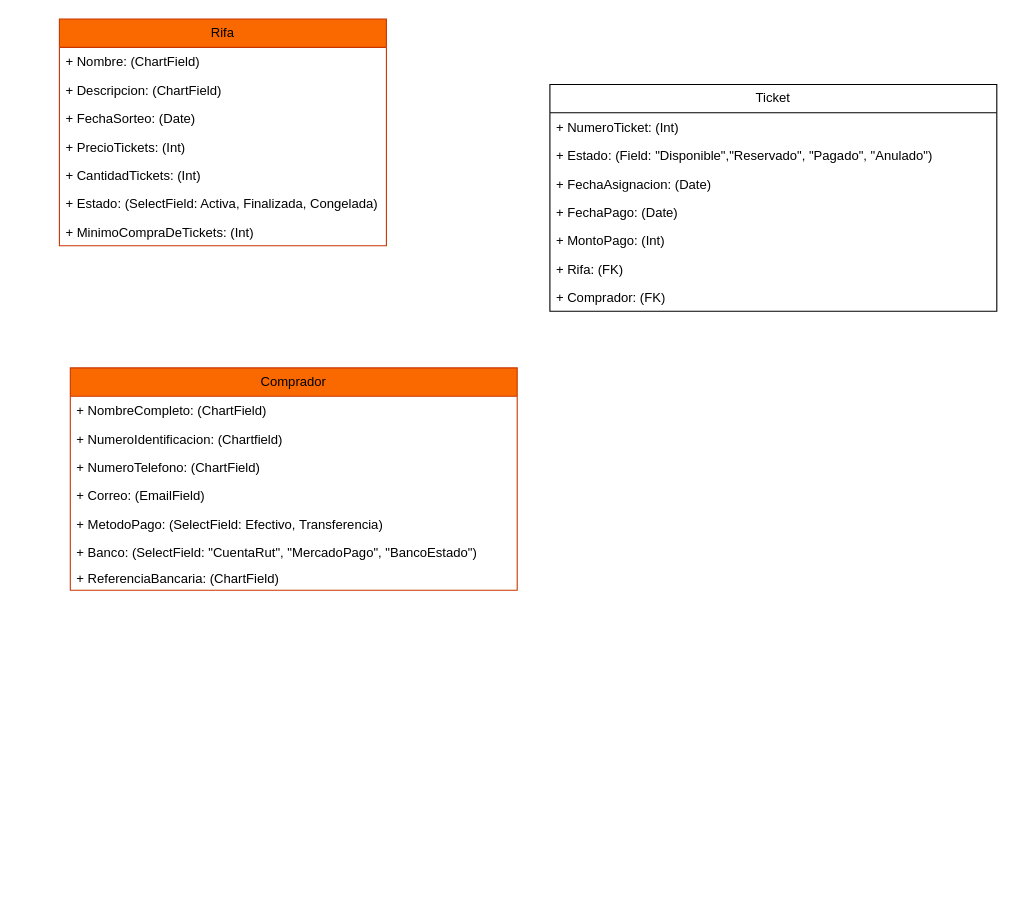
Above: Diagrama sin título.drawio in EJCM05/DiagramasDB (draw.io), before the change. Source tidied: cells renumbered, new cells numbered last; positions are measured from the earlier drawing's top-left corner, leaving out a move shared by most shapes. Both pictures are drawn from the tidied source at 109%, with x=0, y=0 at pixel (59, 19).
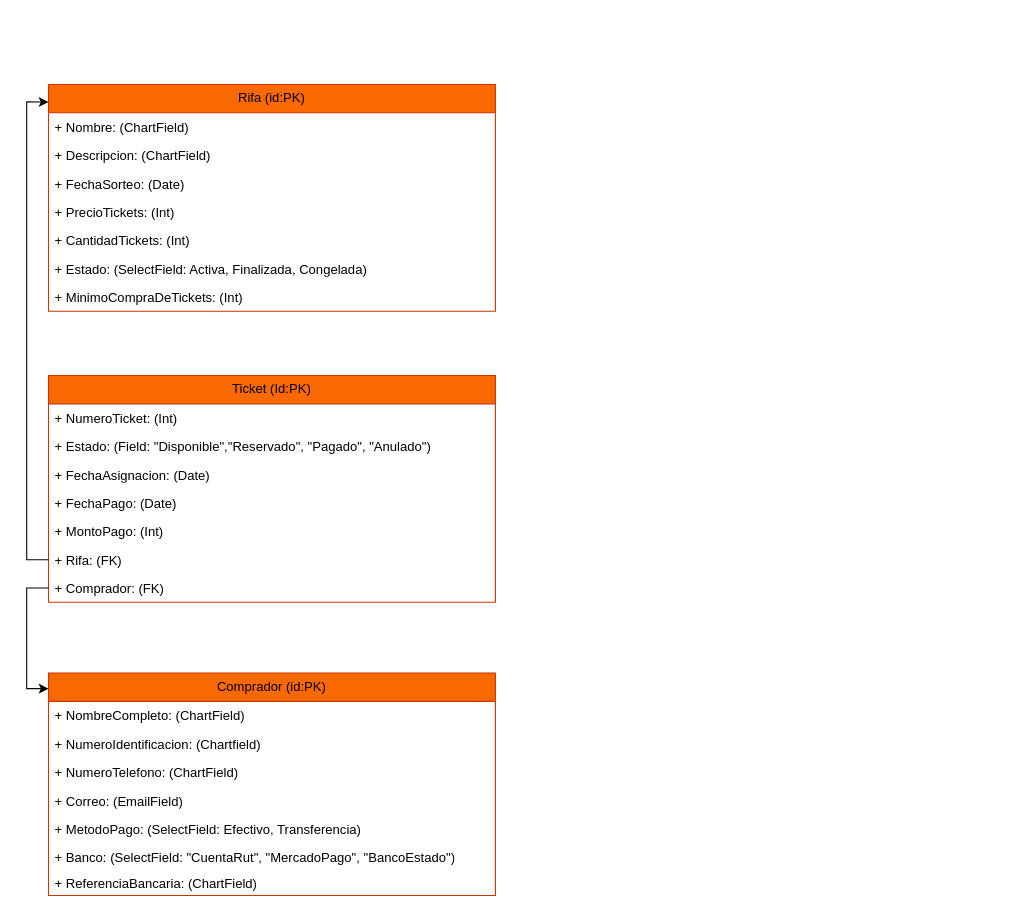
The same diagram, later.

Unchanged cells that the change refers to:
```xml
<mxCell id="16" value="+ Rifa: (FK)" style="text;strokeColor=none;fillColor=none;align=left;verticalAlign=top;spacingLeft=4;spacingRight=4;overflow=hidden;points=[[0,0.5],[1,0.5]];portConstraint=eastwest;whiteSpace=wrap;html=1;" parent="10" vertex="1">
  <mxGeometry y="156" width="410" height="26" as="geometry" />
</mxCell>
<mxCell id="17" value="+ Comprador: (FK)" style="text;strokeColor=none;fillColor=none;align=left;verticalAlign=top;spacingLeft=4;spacingRight=4;overflow=hidden;points=[[0,0.5],[1,0.5]];portConstraint=eastwest;whiteSpace=wrap;html=1;" parent="10" vertex="1">
  <mxGeometry y="182" width="410" height="26" as="geometry" />
</mxCell>
```

Diff of the diagram source:
```diff
@@
-    <mxCell id="2" value="Rifa" style="swimlane;fontStyle=0;horizontal=1;startSize=26;fillColor=#fa6800;whiteSpace=wrap;html=1;fontColor=#000000;strokeColor=#C73500;" parent="1" vertex="1">
-      <mxGeometry width="300" height="208" as="geometry" />
+    <mxCell id="2" value="Rifa (id:PK)" style="swimlane;fontStyle=0;horizontal=1;startSize=26;fillColor=#fa6800;whiteSpace=wrap;html=1;fontColor=#000000;strokeColor=#C73500;" parent="1" vertex="1">
+      <mxGeometry x="-10" y="60" width="410" height="208" as="geometry" />
     </mxCell>
     <mxCell id="3" value="+ Nombre: (ChartField)" style="text;strokeColor=none;fillColor=none;align=left;verticalAlign=top;spacingLeft=4;spacingRight=4;overflow=hidden;whiteSpace=wrap;html=1;" parent="2" vertex="1">
-      <mxGeometry y="26" width="300" height="26" as="geometry" />
+      <mxGeometry y="26" width="410" height="26" as="geometry" />
     </mxCell>
     <mxCell id="4" value="+ Descripcion: (ChartField)" style="text;strokeColor=none;fillColor=none;align=left;verticalAlign=top;spacingLeft=4;spacingRight=4;overflow=hidden;whiteSpace=wrap;html=1;" parent="2" vertex="1">
-      <mxGeometry y="52" width="300" height="26" as="geometry" />
+      <mxGeometry y="52" width="410" height="26" as="geometry" />
     </mxCell>
     <mxCell id="5" value="+ FechaSorteo: (Date)" style="text;strokeColor=none;fillColor=none;align=left;verticalAlign=top;spacingLeft=4;spacingRight=4;overflow=hidden;whiteSpace=wrap;html=1;" parent="2" vertex="1">
-      <mxGeometry y="78" width="300" height="26" as="geometry" />
+      <mxGeometry y="78" width="410" height="26" as="geometry" />
     </mxCell>
     <mxCell id="6" value="+ PrecioTickets: (Int)" style="text;strokeColor=none;fillColor=none;align=left;verticalAlign=top;spacingLeft=4;spacingRight=4;overflow=hidden;whiteSpace=wrap;html=1;" parent="2" vertex="1">
-      <mxGeometry y="104" width="300" height="26" as="geometry" />
+      <mxGeometry y="104" width="410" height="26" as="geometry" />
     </mxCell>
     <mxCell id="7" value="+ CantidadTickets: (Int)" style="text;strokeColor=none;fillColor=none;align=left;verticalAlign=top;spacingLeft=4;spacingRight=4;overflow=hidden;whiteSpace=wrap;html=1;" parent="2" vertex="1">
-      <mxGeometry y="130" width="300" height="26" as="geometry" />
+      <mxGeometry y="130" width="410" height="26" as="geometry" />
     </mxCell>
     <mxCell id="8" value="+ Estado: (SelectField: Activa, Finalizada, Congelada)" style="text;strokeColor=none;fillColor=none;align=left;verticalAlign=top;spacingLeft=4;spacingRight=4;overflow=hidden;whiteSpace=wrap;html=1;" parent="2" vertex="1">
-      <mxGeometry y="156" width="300" height="26" as="geometry" />
+      <mxGeometry y="156" width="410" height="26" as="geometry" />
     </mxCell>
     <mxCell id="9" value="+ MinimoCompraDeTickets: (Int)" style="text;strokeColor=none;fillColor=none;align=left;verticalAlign=top;spacingLeft=4;spacingRight=4;overflow=hidden;whiteSpace=wrap;html=1;" parent="2" vertex="1">
-      <mxGeometry y="182" width="300" height="26" as="geometry" />
+      <mxGeometry y="182" width="410" height="26" as="geometry" />
     </mxCell>
-    <mxCell id="10" value="Ticket" style="swimlane;fontStyle=0;horizontal=1;startSize=26;fillColor=none;whiteSpace=wrap;html=1;" parent="1" vertex="1">
-      <mxGeometry x="450" y="60" width="410" height="208" as="geometry" />
+    <mxCell id="10" value="Ticket (Id:PK)" style="swimlane;fontStyle=0;horizontal=1;startSize=26;fillColor=#fa6800;whiteSpace=wrap;html=1;fontColor=#000000;strokeColor=#C73500;" parent="1" vertex="1">
+      <mxGeometry x="-10" y="327" width="410" height="208" as="geometry" />
     </mxCell>
@@
-    <mxCell id="18" value="Comprador" style="swimlane;fontStyle=0;horizontal=1;startSize=26;fillColor=#fa6800;whiteSpace=wrap;html=1;fontColor=#000000;strokeColor=#C73500;" parent="1" vertex="1">
-      <mxGeometry x="10" y="320" width="410" height="204" as="geometry" />
+    <mxCell id="18" value="Comprador (id:PK)" style="swimlane;fontStyle=0;horizontal=1;startSize=26;fillColor=#fa6800;whiteSpace=wrap;html=1;fontColor=#000000;strokeColor=#C73500;" parent="1" vertex="1">
+      <mxGeometry x="-10" y="600" width="410" height="204" as="geometry" />
     </mxCell>
@@
+    <mxCell id="26" style="edgeStyle=orthogonalEdgeStyle;rounded=0;jettySize=auto;html=1;exitX=0;exitY=0.5;exitDx=0;exitDy=0;entryX=0;entryY=0.077;entryDx=0;entryDy=0;entryPerimeter=0;" parent="1" edge="1" source="16" target="2">
+      <mxGeometry relative="1" as="geometry" />
+    </mxCell>
+    <mxCell id="27" style="edgeStyle=orthogonalEdgeStyle;rounded=0;jettySize=auto;html=1;exitX=0;exitY=0.5;exitDx=0;exitDy=0;entryX=0;entryY=0.07;entryDx=0;entryDy=0;entryPerimeter=0;" parent="1" edge="1" source="17" target="18">
+      <mxGeometry relative="1" as="geometry" />
+    </mxCell>
```
